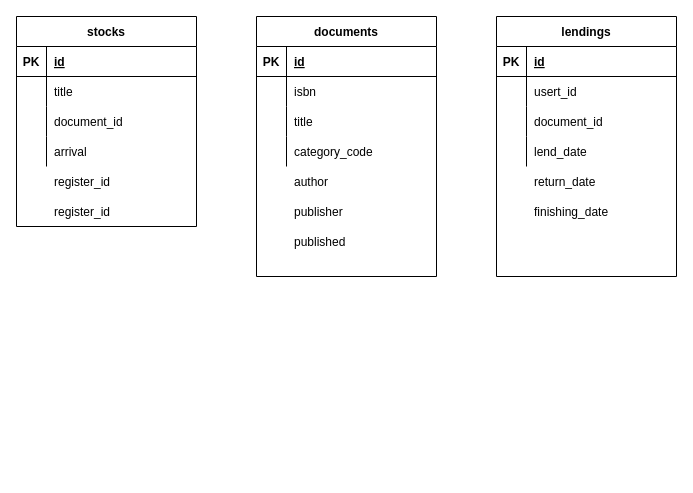
Above: Documents/30_内部設計/31_ER図作成/librariansER図.drawio in charlie24403/Librarians (draw.io), before the change. Source tidied: cells renumbered, new cells numbered last; positions are measured from the earlier drawing's top-left corner, leaving out a move shared by most shapes. Both pictures are drawn from the tidied source at 100%, with x=0, y=0 at pixel (16, 16).
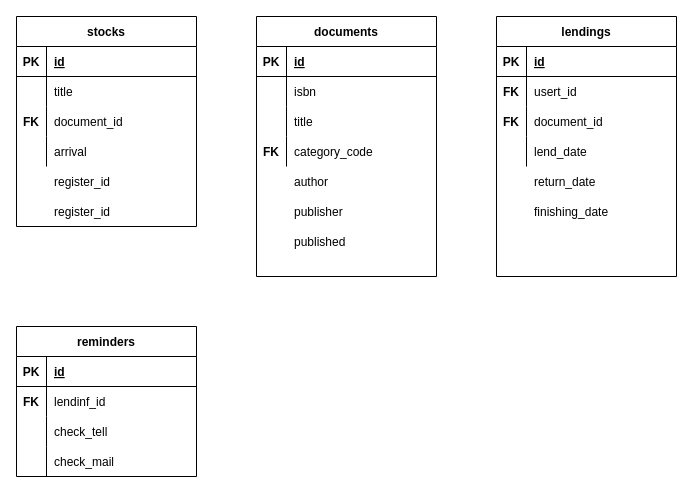
After the change.

Diff of the diagram source:
```diff
@@
+    <mxCell id="50" value="reminders" style="shape=table;startSize=30;childLayout=tableLayout;rowLines=0;fontStyle=1;align=center;" parent="1" vertex="1">
+      <mxGeometry y="310" width="180" height="150" as="geometry" />
+    </mxCell>
+    <mxCell id="51" style="shape=tableRow;horizontal=0;startSize=0;swimlaneHead=0;swimlaneBody=0;fillColor=none;top=0;left=0;right=0;bottom=1;" parent="50" vertex="1">
+      <mxGeometry y="30" width="180" height="30" as="geometry" />
+    </mxCell>
+    <mxCell id="52" value="PK" style="shape=partialRectangle;fillColor=none;top=0;left=0;bottom=0;right=0;fontStyle=1;overflow=hidden;" parent="51" vertex="1">
+      <mxGeometry width="30" height="30" as="geometry" />
+    </mxCell>
+    <mxCell id="53" value="id" style="shape=partialRectangle;fillColor=none;top=0;left=0;bottom=0;right=0;align=left;spacingLeft=6;fontStyle=5;overflow=hidden;" parent="51" vertex="1">
+      <mxGeometry x="30" width="150" height="30" as="geometry" />
+    </mxCell>
+    <mxCell id="54" style="shape=tableRow;horizontal=0;startSize=0;swimlaneHead=0;swimlaneBody=0;fillColor=none;top=0;left=0;right=0;bottom=0;" parent="50" vertex="1">
+      <mxGeometry y="60" width="180" height="30" as="geometry" />
+    </mxCell>
+    <mxCell id="55" style="shape=partialRectangle;fillColor=none;top=0;left=0;bottom=0;right=0;overflow=hidden;" parent="54" vertex="1">
+      <mxGeometry width="30" height="30" as="geometry" />
+    </mxCell>
+    <mxCell id="56" value="lendinf_id" style="shape=partialRectangle;fillColor=none;top=0;left=0;bottom=0;right=0;align=left;spacingLeft=6;overflow=hidden;" parent="54" vertex="1">
+      <mxGeometry x="30" width="150" height="30" as="geometry" />
+    </mxCell>
+    <mxCell id="57" style="shape=tableRow;horizontal=0;startSize=0;swimlaneHead=0;swimlaneBody=0;fillColor=none;top=0;left=0;right=0;bottom=0;" parent="50" vertex="1">
+      <mxGeometry y="90" width="180" height="30" as="geometry" />
+    </mxCell>
+    <mxCell id="58" style="shape=partialRectangle;fillColor=none;top=0;left=0;bottom=0;right=0;overflow=hidden;" parent="57" vertex="1">
+      <mxGeometry width="30" height="30" as="geometry" />
+    </mxCell>
+    <mxCell id="59" value="check_tell" style="shape=partialRectangle;fillColor=none;top=0;left=0;bottom=0;right=0;align=left;spacingLeft=6;overflow=hidden;" parent="57" vertex="1">
+      <mxGeometry x="30" width="150" height="30" as="geometry" />
+    </mxCell>
+    <mxCell id="60" style="shape=tableRow;horizontal=0;startSize=0;swimlaneHead=0;swimlaneBody=0;fillColor=none;top=0;left=0;right=0;bottom=0;" parent="50" vertex="1">
+      <mxGeometry y="120" width="180" height="30" as="geometry" />
+    </mxCell>
+    <mxCell id="61" style="shape=partialRectangle;fillColor=none;top=0;left=0;bottom=0;right=0;overflow=hidden;" parent="60" vertex="1">
+      <mxGeometry width="30" height="30" as="geometry" />
+    </mxCell>
+    <mxCell id="62" value="check_mail" style="shape=partialRectangle;fillColor=none;top=0;left=0;bottom=0;right=0;align=left;spacingLeft=6;overflow=hidden;" parent="60" vertex="1">
+      <mxGeometry x="30" width="150" height="30" as="geometry" />
+    </mxCell>
+    <mxCell id="63" value="FK" style="shape=partialRectangle;fillColor=none;top=0;left=0;bottom=0;right=0;fontStyle=1;overflow=hidden;" parent="1" vertex="1">
+      <mxGeometry y="90" width="30" height="30" as="geometry" />
+    </mxCell>
+    <mxCell id="64" value="FK" style="shape=partialRectangle;fillColor=none;top=0;left=0;bottom=0;right=0;fontStyle=1;overflow=hidden;" parent="1" vertex="1">
+      <mxGeometry x="240" y="120" width="30" height="30" as="geometry" />
+    </mxCell>
+    <mxCell id="65" value="FK" style="shape=partialRectangle;fillColor=none;top=0;left=0;bottom=0;right=0;fontStyle=1;overflow=hidden;" parent="1" vertex="1">
+      <mxGeometry x="480" y="60" width="30" height="30" as="geometry" />
+    </mxCell>
+    <mxCell id="66" value="FK" style="shape=partialRectangle;fillColor=none;top=0;left=0;bottom=0;right=0;fontStyle=1;overflow=hidden;" parent="1" vertex="1">
+      <mxGeometry x="480" y="90" width="30" height="30" as="geometry" />
+    </mxCell>
+    <mxCell id="67" value="FK" style="shape=partialRectangle;fillColor=none;top=0;left=0;bottom=0;right=0;fontStyle=1;overflow=hidden;" parent="1" vertex="1">
+      <mxGeometry y="370" width="30" height="30" as="geometry" />
+    </mxCell>
```
